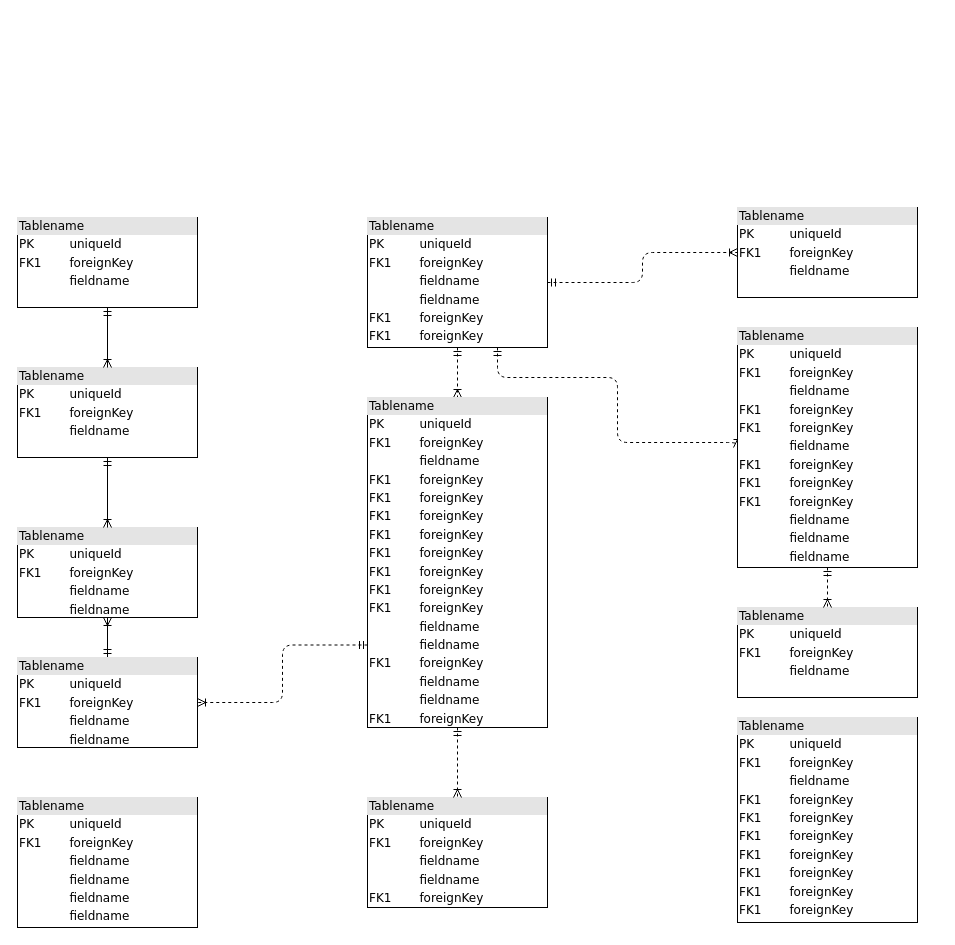
Before: Untitled Diagram.drawio in binaryorgdevelopers/marketplace, a draw.io diagram. Source tidied: cells renumbered, new cells numbered last; positions are measured from the earlier drawing's top-left corner, leaving out a move shared by most shapes. Both pictures are drawn from the tidied source at 100%, with x=0, y=0 at pixel (17, 207).
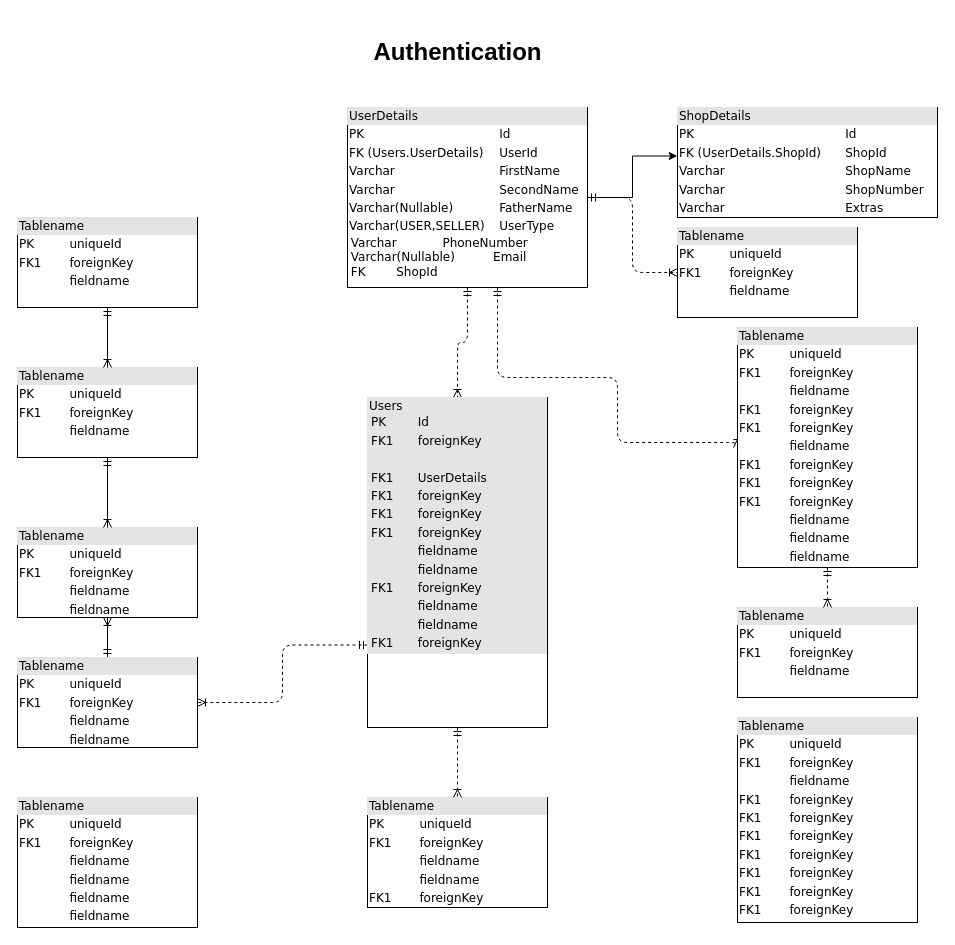
Above is the later version.

Commit message:
Project Architecture In Progress

The edit, as a diff of the source:
```diff
@@
+    <mxCell id="23" style="edgeStyle=orthogonalEdgeStyle;rounded=0;jettySize=auto;html=1;entryX=-0.001;entryY=0.441;entryDx=0;entryDy=0;entryPerimeter=0;fontFamily=Helvetica;fontSize=24;" parent="1" edge="1" source="6" target="25">
+      <mxGeometry relative="1" as="geometry" />
+    </mxCell>
-    <mxCell id="6" value="&lt;div style=&quot;box-sizing: border-box ; width: 100% ; background: #e4e4e4 ; padding: 2px&quot;&gt;Tablename&lt;/div&gt;&lt;table style=&quot;width: 100% ; font-size: 1em&quot; cellpadding=&quot;2&quot; cellspacing=&quot;0&quot;&gt;&lt;tbody&gt;&lt;tr&gt;&lt;td&gt;PK&lt;/td&gt;&lt;td&gt;uniqueId&lt;/td&gt;&lt;/tr&gt;&lt;tr&gt;&lt;td&gt;FK1&lt;/td&gt;&lt;td&gt;foreignKey&lt;/td&gt;&lt;/tr&gt;&lt;tr&gt;&lt;td&gt;&lt;/td&gt;&lt;td&gt;fieldname&lt;/td&gt;&lt;/tr&gt;&lt;tr&gt;&lt;td&gt;&lt;br&gt;&lt;/td&gt;&lt;td&gt;fieldname&lt;br&gt;&lt;/td&gt;&lt;/tr&gt;&lt;tr&gt;&lt;td&gt;FK1&lt;br&gt;&lt;/td&gt;&lt;td&gt;foreignKey&lt;br&gt;&lt;/td&gt;&lt;/tr&gt;&lt;tr&gt;&lt;td&gt;FK1&lt;br&gt;&lt;/td&gt;&lt;td&gt;foreignKey&lt;br&gt;&lt;/td&gt;&lt;/tr&gt;&lt;/tbody&gt;&lt;/table&gt;" style="verticalAlign=top;align=left;overflow=fill;html=1;rounded=0;shadow=0;comic=0;labelBackgroundColor=none;strokeWidth=1;fontFamily=Verdana;fontSize=12;" parent="1" vertex="1">
-      <mxGeometry x="350" y="10" width="180" height="130" as="geometry" />
+    <mxCell id="6" value="&lt;div style=&quot;box-sizing: border-box ; width: 100% ; background: #e4e4e4 ; padding: 2px&quot;&gt;UserDetails&lt;/div&gt;&lt;table style=&quot;width: 100% ; font-size: 1em&quot; cellpadding=&quot;2&quot; cellspacing=&quot;0&quot;&gt;&lt;tbody&gt;&lt;tr&gt;&lt;td&gt;PK&lt;/td&gt;&lt;td&gt;Id&lt;/td&gt;&lt;/tr&gt;&lt;tr&gt;&lt;td&gt;FK (Users.UserDetails)&lt;/td&gt;&lt;td&gt;UserId&lt;/td&gt;&lt;/tr&gt;&lt;tr&gt;&lt;td&gt;Varchar&lt;/td&gt;&lt;td&gt;FirstName&lt;/td&gt;&lt;/tr&gt;&lt;tr&gt;&lt;td&gt;Varchar&lt;/td&gt;&lt;td&gt;SecondName&lt;br&gt;&lt;/td&gt;&lt;/tr&gt;&lt;tr&gt;&lt;td&gt;Varchar(Nullable)&lt;br&gt;&lt;/td&gt;&lt;td&gt;FatherName&lt;br&gt;&lt;/td&gt;&lt;/tr&gt;&lt;tr&gt;&lt;td&gt;Varchar(USER,SELLER)&lt;br&gt;&lt;/td&gt;&lt;td&gt;UserType&lt;br&gt;&lt;/td&gt;&lt;/tr&gt;&lt;/tbody&gt;&lt;/table&gt;&amp;nbsp;Varchar&lt;span style=&quot;&quot;&gt; &lt;/span&gt;&lt;span style=&quot;&quot;&gt; &lt;/span&gt;&lt;span style=&quot;&quot;&gt; &lt;/span&gt;&amp;nbsp; &amp;nbsp; &amp;nbsp;&lt;span style=&quot;white-space: pre;&quot;&gt; &lt;/span&gt;&lt;span style=&quot;white-space: pre;&quot;&gt; &lt;/span&gt;&amp;nbsp; &amp;nbsp; PhoneNumber&lt;br&gt;&amp;nbsp;Varchar(Nullable)&lt;span style=&quot;&quot;&gt; &lt;/span&gt;&amp;nbsp; &amp;nbsp;&amp;nbsp; &amp;nbsp; &amp;nbsp; Email&lt;br&gt;&amp;nbsp;FK&lt;span style=&quot;white-space: pre;&quot;&gt; &lt;/span&gt;&lt;span style=&quot;white-space: pre;&quot;&gt; &lt;/span&gt;&lt;span style=&quot;white-space: pre;&quot;&gt; &lt;/span&gt;&lt;span style=&quot;white-space: pre;&quot;&gt; &lt;/span&gt;&amp;nbsp; &amp;nbsp; ShopId" style="verticalAlign=top;align=left;overflow=fill;html=1;rounded=0;shadow=0;comic=0;labelBackgroundColor=none;strokeWidth=1;fontFamily=Verdana;fontSize=12;" parent="1" vertex="1">
+      <mxGeometry x="330" y="-100" width="240" height="180" as="geometry" />
     </mxCell>
@@
-    <mxCell id="16" value="&lt;div style=&quot;box-sizing: border-box ; width: 100% ; background: #e4e4e4 ; padding: 2px&quot;&gt;Tablename&lt;/div&gt;&lt;table style=&quot;width: 100% ; font-size: 1em&quot; cellpadding=&quot;2&quot; cellspacing=&quot;0&quot;&gt;&lt;tbody&gt;&lt;tr&gt;&lt;td&gt;PK&lt;/td&gt;&lt;td&gt;uniqueId&lt;/td&gt;&lt;/tr&gt;&lt;tr&gt;&lt;td&gt;FK1&lt;/td&gt;&lt;td&gt;foreignKey&lt;/td&gt;&lt;/tr&gt;&lt;tr&gt;&lt;td&gt;&lt;/td&gt;&lt;td&gt;fieldname&lt;/td&gt;&lt;/tr&gt;&lt;tr&gt;&lt;td&gt;FK1&lt;br&gt;&lt;/td&gt;&lt;td&gt;foreignKey&lt;br&gt;&lt;/td&gt;&lt;/tr&gt;&lt;tr&gt;&lt;td&gt;FK1&lt;br&gt;&lt;/td&gt;&lt;td&gt;foreignKey&lt;br&gt;&lt;/td&gt;&lt;/tr&gt;&lt;tr&gt;&lt;td&gt;FK1&lt;br&gt;&lt;/td&gt;&lt;td&gt;foreignKey&lt;br&gt;&lt;/td&gt;&lt;/tr&gt;&lt;tr&gt;&lt;td&gt;FK1&lt;br&gt;&lt;/td&gt;&lt;td&gt;foreignKey&lt;br&gt;&lt;/td&gt;&lt;/tr&gt;&lt;tr&gt;&lt;td&gt;FK1&lt;br&gt;&lt;/td&gt;&lt;td&gt;foreignKey&lt;br&gt;&lt;/td&gt;&lt;/tr&gt;&lt;tr&gt;&lt;td&gt;FK1&lt;br&gt;&lt;/td&gt;&lt;td&gt;foreignKey&lt;br&gt;&lt;/td&gt;&lt;/tr&gt;&lt;tr&gt;&lt;td&gt;FK1&lt;br&gt;&lt;/td&gt;&lt;td&gt;foreignKey&lt;br&gt;&lt;/td&gt;&lt;/tr&gt;&lt;tr&gt;&lt;td&gt;FK1&lt;br&gt;&lt;/td&gt;&lt;td&gt;foreignKey&lt;br&gt;&lt;/td&gt;&lt;/tr&gt;&lt;tr&gt;&lt;td&gt;&lt;br&gt;&lt;/td&gt;&lt;td&gt;fieldname&lt;br&gt;&lt;/td&gt;&lt;/tr&gt;&lt;tr&gt;&lt;td&gt;&lt;br&gt;&lt;/td&gt;&lt;td&gt;fieldname&lt;br&gt;&lt;/td&gt;&lt;/tr&gt;&lt;tr&gt;&lt;td&gt;FK1&lt;br&gt;&lt;/td&gt;&lt;td&gt;foreignKey&lt;br&gt;&lt;/td&gt;&lt;/tr&gt;&lt;tr&gt;&lt;td&gt;&lt;br&gt;&lt;/td&gt;&lt;td&gt;fieldname&lt;br&gt;&lt;/td&gt;&lt;/tr&gt;&lt;tr&gt;&lt;td&gt;&lt;br&gt;&lt;/td&gt;&lt;td&gt;fieldname&lt;br&gt;&lt;/td&gt;&lt;/tr&gt;&lt;tr&gt;&lt;td&gt;FK1&lt;br&gt;&lt;/td&gt;&lt;td&gt;foreignKey&lt;br&gt;&lt;/td&gt;&lt;/tr&gt;&lt;/tbody&gt;&lt;/table&gt;" style="verticalAlign=top;align=left;overflow=fill;html=1;rounded=0;shadow=0;comic=0;labelBackgroundColor=none;strokeWidth=1;fontFamily=Verdana;fontSize=12;" parent="1" vertex="1">
+    <mxCell id="16" value="&lt;div style=&quot;box-sizing: border-box ; width: 100% ; background: #e4e4e4 ; padding: 2px&quot;&gt;Users&lt;table style=&quot;background-color: initial; font-size: 1em; width: 100%;&quot; cellpadding=&quot;2&quot; cellspacing=&quot;0&quot;&gt;&lt;tbody&gt;&lt;tr&gt;&lt;td&gt;PK&lt;/td&gt;&lt;td&gt;Id&lt;/td&gt;&lt;/tr&gt;&lt;tr&gt;&lt;td&gt;FK1&lt;/td&gt;&lt;td&gt;foreignKey&lt;/td&gt;&lt;/tr&gt;&lt;tr&gt;&lt;td&gt;&lt;/td&gt;&lt;td&gt;&lt;br&gt;&lt;/td&gt;&lt;/tr&gt;&lt;tr&gt;&lt;td&gt;FK1&lt;br&gt;&lt;/td&gt;&lt;td&gt;UserDetails&lt;/td&gt;&lt;/tr&gt;&lt;tr&gt;&lt;td&gt;FK1&lt;br&gt;&lt;/td&gt;&lt;td&gt;foreignKey&lt;br&gt;&lt;/td&gt;&lt;/tr&gt;&lt;tr&gt;&lt;td&gt;FK1&lt;br&gt;&lt;/td&gt;&lt;td&gt;foreignKey&lt;br&gt;&lt;/td&gt;&lt;/tr&gt;&lt;tr&gt;&lt;td&gt;FK1&lt;br&gt;&lt;/td&gt;&lt;td&gt;foreignKey&lt;br&gt;&lt;/td&gt;&lt;/tr&gt;&lt;tr&gt;&lt;td&gt;&lt;br&gt;&lt;/td&gt;&lt;td&gt;fieldname&lt;br&gt;&lt;/td&gt;&lt;/tr&gt;&lt;tr&gt;&lt;td&gt;&lt;br&gt;&lt;/td&gt;&lt;td&gt;fieldname&lt;br&gt;&lt;/td&gt;&lt;/tr&gt;&lt;tr&gt;&lt;td&gt;FK1&lt;br&gt;&lt;/td&gt;&lt;td&gt;foreignKey&lt;br&gt;&lt;/td&gt;&lt;/tr&gt;&lt;tr&gt;&lt;td&gt;&lt;br&gt;&lt;/td&gt;&lt;td&gt;fieldname&lt;br&gt;&lt;/td&gt;&lt;/tr&gt;&lt;tr&gt;&lt;td&gt;&lt;br&gt;&lt;/td&gt;&lt;td&gt;fieldname&lt;br&gt;&lt;/td&gt;&lt;/tr&gt;&lt;tr&gt;&lt;td&gt;FK1&lt;br&gt;&lt;/td&gt;&lt;td&gt;foreignKey&lt;br&gt;&lt;/td&gt;&lt;/tr&gt;&lt;/tbody&gt;&lt;/table&gt;&lt;/div&gt;" style="verticalAlign=top;align=left;overflow=fill;html=1;rounded=0;shadow=0;comic=0;labelBackgroundColor=none;strokeWidth=1;fontFamily=Verdana;fontSize=12;" parent="1" vertex="1">
       <mxGeometry x="350" y="190" width="180" height="330" as="geometry" />
     </mxCell>
@@
     <mxCell id="20" value="&lt;div style=&quot;box-sizing:border-box;width:100%;background:#e4e4e4;padding:2px;&quot;&gt;Tablename&lt;/div&gt;&lt;table style=&quot;width:100%;font-size:1em;&quot; cellpadding=&quot;2&quot; cellspacing=&quot;0&quot;&gt;&lt;tr&gt;&lt;td&gt;PK&lt;/td&gt;&lt;td&gt;uniqueId&lt;/td&gt;&lt;/tr&gt;&lt;tr&gt;&lt;td&gt;FK1&lt;/td&gt;&lt;td&gt;foreignKey&lt;/td&gt;&lt;/tr&gt;&lt;tr&gt;&lt;td&gt;&lt;/td&gt;&lt;td&gt;fieldname&lt;/td&gt;&lt;/tr&gt;&lt;/table&gt;" style="verticalAlign=top;align=left;overflow=fill;html=1;rounded=0;shadow=0;comic=0;labelBackgroundColor=none;strokeWidth=1;fontFamily=Verdana;fontSize=12;" parent="1" vertex="1">
-      <mxGeometry x="720" width="180" height="90" as="geometry" />
+      <mxGeometry x="660" y="20" width="180" height="90" as="geometry" />
     </mxCell>
@@
+    <mxCell id="24" value="&lt;h1&gt;&lt;font style=&quot;font-size: 24px;&quot;&gt;Authentication&lt;/font&gt;&lt;/h1&gt;" style="text;html=1;align=center;verticalAlign=middle;strokeColor=none;fillColor=none;" parent="1" vertex="1">
+      <mxGeometry x="345" y="-190" width="190" height="70" as="geometry" />
+    </mxCell>
+    <mxCell id="25" value="&lt;div style=&quot;box-sizing: border-box ; width: 100% ; background: #e4e4e4 ; padding: 2px&quot;&gt;ShopDetails&lt;/div&gt;&lt;table style=&quot;width: 100% ; font-size: 1em&quot; cellpadding=&quot;2&quot; cellspacing=&quot;0&quot;&gt;&lt;tbody&gt;&lt;tr&gt;&lt;td&gt;PK&lt;/td&gt;&lt;td&gt;Id&lt;/td&gt;&lt;/tr&gt;&lt;tr&gt;&lt;td&gt;FK (UserDetails.ShopId)&lt;/td&gt;&lt;td&gt;ShopId&lt;/td&gt;&lt;/tr&gt;&lt;tr&gt;&lt;td&gt;Varchar&lt;/td&gt;&lt;td&gt;ShopName&lt;/td&gt;&lt;/tr&gt;&lt;tr&gt;&lt;td&gt;Varchar&lt;/td&gt;&lt;td&gt;ShopNumber&lt;br&gt;&lt;/td&gt;&lt;/tr&gt;&lt;tr&gt;&lt;td&gt;Varchar&lt;span style=&quot;white-space: pre;&quot;&gt; &lt;/span&gt;&lt;span style=&quot;white-space: pre;&quot;&gt; &lt;/span&gt;&lt;span style=&quot;white-space: pre;&quot;&gt; &lt;/span&gt;&lt;span style=&quot;white-space: pre;&quot;&gt; &lt;/span&gt;&lt;/td&gt;&lt;td&gt;Extras&lt;/td&gt;&lt;/tr&gt;&lt;/tbody&gt;&lt;/table&gt;" style="verticalAlign=top;align=left;overflow=fill;html=1;rounded=0;shadow=0;comic=0;labelBackgroundColor=none;strokeWidth=1;fontFamily=Verdana;fontSize=12;" parent="1" vertex="1">
+      <mxGeometry x="660" y="-100" width="260" height="110" as="geometry" />
+    </mxCell>
```
